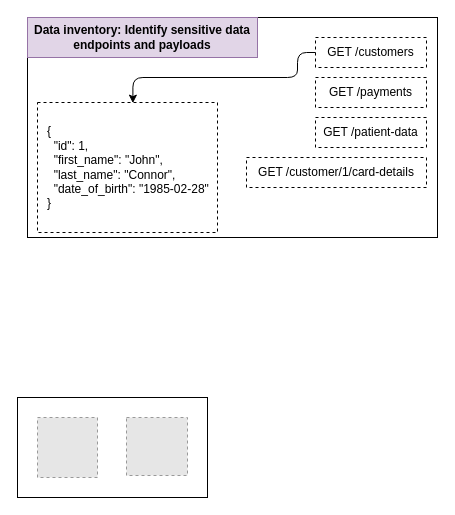
Before: ch02.drawio in abunuwas/api-sec-book-imgs, a draw.io diagram. Source tidied: cells renumbered, new cells numbered last; positions are measured from the earlier drawing's top-left corner, leaving out a move shared by most shapes. Both pictures are drawn from the tidied source at 100%, with x=0, y=0 at pixel (17, 17). Pictures stored in the file or linked from it are replaced by grey dashed boxes.
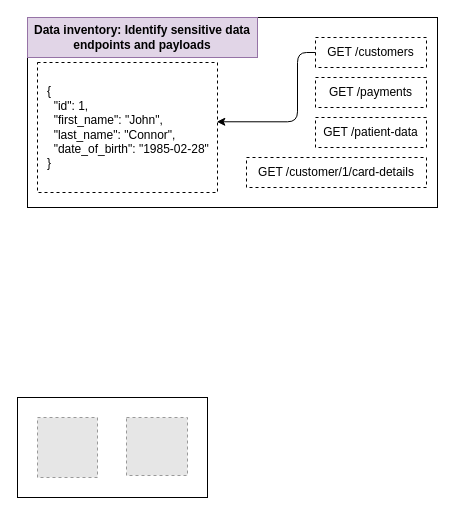
Above is the later version.

What changed in the source:
```diff
@@
 <mxGraphModel>
   <root>
     <mxCell id="0" />
     <mxCell id="1" parent="0" />
     <mxCell id="2" style="rounded=0;whiteSpace=wrap;html=1;" parent="1" vertex="1">
-      <mxGeometry x="10" width="410" height="220" as="geometry" />
+      <mxGeometry x="10" width="410" height="190" as="geometry" />
     </mxCell>
     <mxCell id="3" style="rounded=0;whiteSpace=wrap;html=1;" parent="1" vertex="1">
       <mxGeometry y="380" width="190" height="100" as="geometry" />
     </mxCell>
     <mxCell id="4" style="fillColor=#E6E6E6;strokeColor=#999999;dashed=1;verticalLabelPosition=bottom;verticalAlign=top;" parent="1" vertex="1">
       <mxGeometry x="20" y="400" width="60" height="60" as="geometry" />
     </mxCell>
     <mxCell id="5" style="fillColor=#E6E6E6;strokeColor=#999999;dashed=1;verticalLabelPosition=bottom;verticalAlign=top;" parent="1" vertex="1">
       <mxGeometry x="109" y="400" width="61" height="58" as="geometry" />
     </mxCell>
     <mxCell id="6" value="GET /payments" style="text;html=1;strokeColor=default;fillColor=none;align=center;verticalAlign=middle;whiteSpace=wrap;rounded=0;dashed=1;" parent="1" vertex="1">
       <mxGeometry x="298" y="60" width="111" height="30" as="geometry" />
     </mxCell>
     <mxCell id="7" value="GET /customers" style="text;html=1;strokeColor=default;fillColor=none;align=center;verticalAlign=middle;whiteSpace=wrap;rounded=0;dashed=1;" parent="1" vertex="1">
       <mxGeometry x="298" y="20" width="111" height="30" as="geometry" />
     </mxCell>
     <mxCell id="8" value="GET /patient-data" style="text;html=1;strokeColor=default;fillColor=none;align=center;verticalAlign=middle;whiteSpace=wrap;rounded=0;dashed=1;" parent="1" vertex="1">
       <mxGeometry x="298" y="100" width="111" height="30" as="geometry" />
     </mxCell>
     <mxCell id="9" value="GET /customer/1/card-details" style="text;html=1;strokeColor=default;fillColor=none;align=center;verticalAlign=middle;whiteSpace=wrap;rounded=0;dashed=1;" parent="1" vertex="1">
       <mxGeometry x="229" y="140" width="180" height="30" as="geometry" />
     </mxCell>
     <mxCell id="10" value="{&lt;br&gt;&amp;nbsp; &quot;id&quot;: 1,&lt;br&gt;&amp;nbsp; &quot;first_name&quot;: &quot;John&quot;,&lt;br&gt;&amp;nbsp; &quot;last_name&quot;: &quot;Connor&quot;,&lt;br&gt;&amp;nbsp; &quot;date_of_birth&quot;: &quot;1985-02-28&quot;&lt;br&gt;}" style="text;html=1;strokeColor=default;fillColor=none;align=left;verticalAlign=middle;whiteSpace=wrap;rounded=0;dashed=1;spacing=10;" parent="1" vertex="1">
-      <mxGeometry x="20" y="85" width="180" height="130" as="geometry" />
+      <mxGeometry x="20" y="45" width="180" height="130" as="geometry" />
     </mxCell>
-    <mxCell id="11" style="edgeStyle=orthogonalEdgeStyle;rounded=1;jettySize=auto;html=1;entryX=0.53;entryY=0.005;entryDx=0;entryDy=0;entryPerimeter=0;curved=0;" parent="1" edge="1" source="7" target="10">
+    <mxCell id="11" style="edgeStyle=orthogonalEdgeStyle;rounded=1;jettySize=auto;html=1;entryX=0.996;entryY=0.456;entryDx=0;entryDy=0;entryPerimeter=0;curved=0;" parent="1" edge="1" source="7" target="10">
       <mxGeometry relative="1" as="geometry">
         <Array as="points">
           <mxPoint x="280" y="35" />
-          <mxPoint x="280" y="60" />
-          <mxPoint x="115" y="60" />
+          <mxPoint x="280" y="104" />
         </Array>
       </mxGeometry>
     </mxCell>
     <mxCell id="12" value="Data inventory: Identify sensitive data endpoints and payloads" style="text;html=1;strokeColor=#9673a6;fillColor=#e1d5e7;align=center;verticalAlign=middle;whiteSpace=wrap;rounded=0;fontStyle=1;" parent="1" vertex="1">
       <mxGeometry x="10" width="230" height="40" as="geometry" />
     </mxCell>
   </root>
 </mxGraphModel>
```
